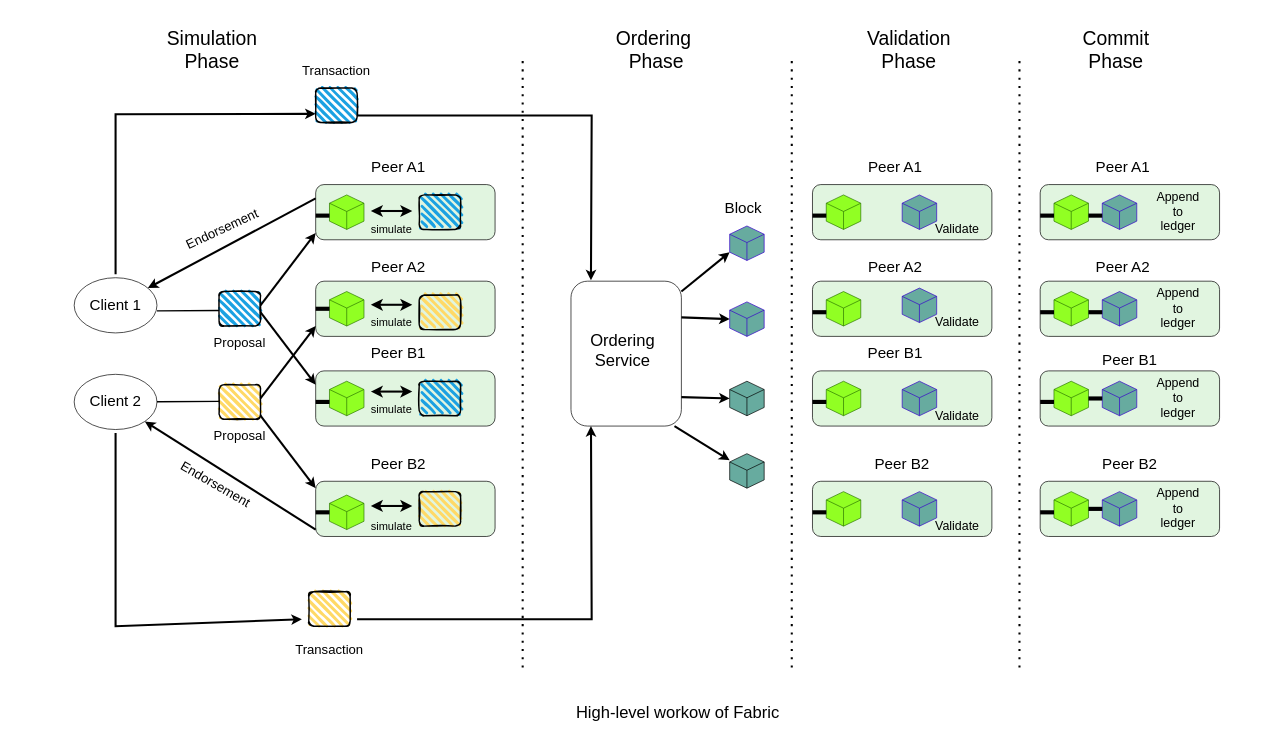
Earlier version of the draw.io diagram page "Page-1" (1 of 3) of files/Fabric-Diagrams.drawio (Arif-Shahriar028/draw.io). Source tidied: cells renumbered, new cells numbered last; positions are measured from the earlier drawing's top-left corner, leaving out a move shared by most shapes. Both pictures are drawn from the tidied source at 69%, with x=0, y=0 at pixel (74, 39).
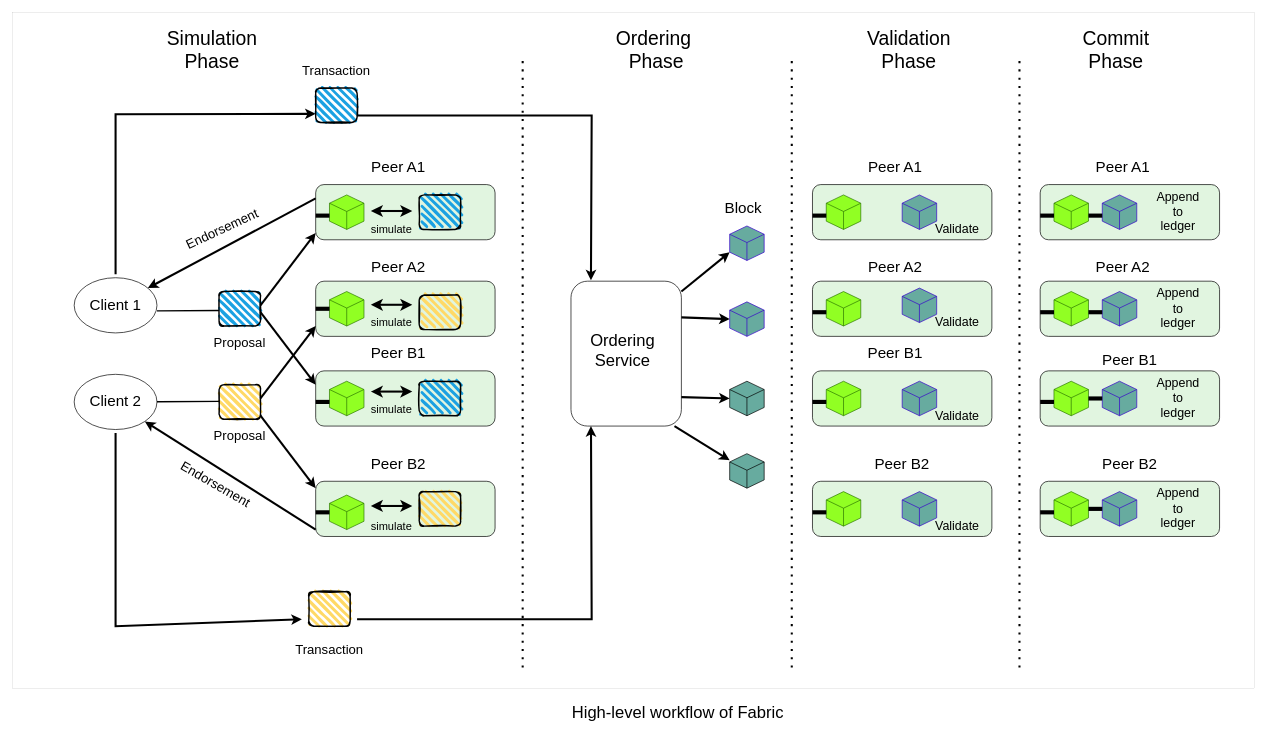
Above is the later version.

Change to the diagram source:
```diff
@@
+    <mxCell id="128" style="rounded=0;whiteSpace=wrap;html=1;strokeWidth=0.1;" parent="1" vertex="1">
+      <mxGeometry x="-90" y="-40" width="1800" height="980" as="geometry" />
+    </mxCell>
@@
-    <mxCell id="127" value="&lt;font style=&quot;font-size: 24px;&quot;&gt;High-level workow of Fabric&lt;/font&gt;" style="text;html=1;strokeColor=none;fillColor=none;align=center;verticalAlign=middle;whiteSpace=wrap;rounded=0;fontSize=16;" parent="1" vertex="1">
+    <mxCell id="127" value="&lt;font style=&quot;font-size: 24px;&quot;&gt;High-level workflow of Fabric&lt;/font&gt;" style="text;html=1;strokeColor=none;fillColor=none;align=center;verticalAlign=middle;whiteSpace=wrap;rounded=0;fontSize=16;" parent="1" vertex="1">
       <mxGeometry x="580" y="960" width="590" height="30" as="geometry" />
     </mxCell>
```
